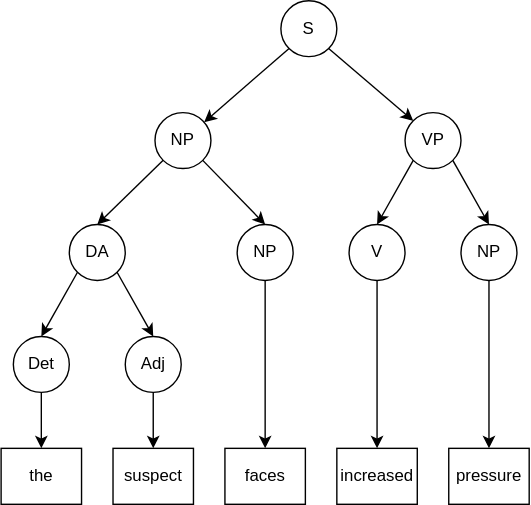
This is a01/graph/2-CKY-tree-2.svg from ttperr/DD2417-NLP-KTH, a draw.io export, as it was before one commit. Source tidied: cells renumbered, new cells last; positions are measured from the earlier drawing's top-left corner, leaving out a move shared by most shapes.
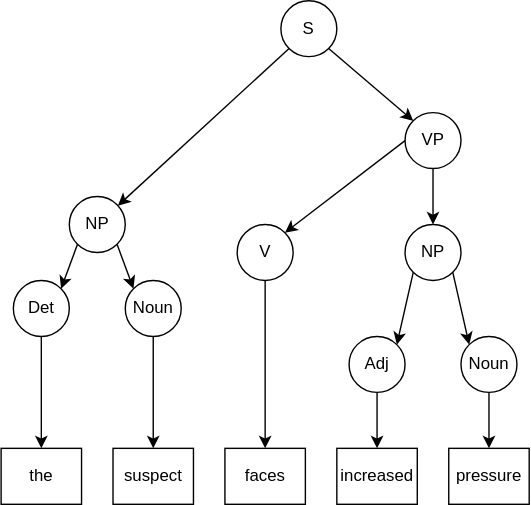
After the change.

Change to the diagram source:
```diff
@@ -11,21 +11,21 @@
     <mxCell id="4" value="S" style="ellipse;whiteSpace=wrap;html=1;" parent="1" vertex="1">
       <mxGeometry x="200" width="40" height="40" as="geometry" />
     </mxCell>
-    <mxCell id="5" style="edgeStyle=none;html=1;exitX=0;exitY=1;exitDx=0;exitDy=0;entryX=0.5;entryY=0;entryDx=0;entryDy=0;" parent="1" edge="1" source="7" target="18">
-      <mxGeometry relative="1" as="geometry" />
-    </mxCell>
-    <mxCell id="6" style="edgeStyle=none;html=1;exitX=1;exitY=1;exitDx=0;exitDy=0;entryX=0.5;entryY=0;entryDx=0;entryDy=0;" parent="1" edge="1" source="7" target="28">
-      <mxGeometry relative="1" as="geometry" />
-    </mxCell>
+    <mxCell id="29" style="edgeStyle=none;html=1;exitX=1;exitY=1;exitDx=0;exitDy=0;entryX=0;entryY=0;entryDx=0;entryDy=0;" parent="1" edge="1" source="7" target="24">
+      <mxGeometry relative="1" as="geometry" />
+    </mxCell>
+    <mxCell id="30" style="edgeStyle=none;html=1;exitX=0;exitY=1;exitDx=0;exitDy=0;entryX=1;entryY=0;entryDx=0;entryDy=0;" parent="1" edge="1" source="7" target="26">
+      <mxGeometry relative="1" as="geometry" />
+    </mxCell>
     <mxCell id="7" value="NP" style="ellipse;whiteSpace=wrap;html=1;" parent="1" vertex="1">
-      <mxGeometry x="110" y="80" width="40" height="40" as="geometry" />
+      <mxGeometry x="48.8" y="140" width="40" height="40" as="geometry" />
     </mxCell>
+    <mxCell id="9" style="edgeStyle=none;html=1;exitX=0.5;exitY=1;exitDx=0;exitDy=0;" parent="1" edge="1" source="10" target="20">
+      <mxGeometry relative="1" as="geometry" />
+    </mxCell>
-    <mxCell id="8" style="edgeStyle=none;html=1;exitX=0;exitY=1;exitDx=0;exitDy=0;entryX=0.5;entryY=0;entryDx=0;entryDy=0;" parent="1" edge="1" source="10" target="22">
+    <mxCell id="8" style="edgeStyle=none;html=1;exitX=0;exitY=0.5;exitDx=0;exitDy=0;entryX=1;entryY=0;entryDx=0;entryDy=0;" parent="1" edge="1" source="10" target="22">
       <mxGeometry relative="1" as="geometry" />
     </mxCell>
-    <mxCell id="9" style="edgeStyle=none;html=1;exitX=1;exitY=1;exitDx=0;exitDy=0;entryX=0.5;entryY=0;entryDx=0;entryDy=0;" parent="1" edge="1" source="10" target="20">
-      <mxGeometry relative="1" as="geometry" />
-    </mxCell>
     <mxCell id="10" value="VP" style="ellipse;whiteSpace=wrap;html=1;" parent="1" vertex="1">
       <mxGeometry x="288.8" y="80" width="40" height="40" as="geometry" />
     </mxCell>
@@ -44,44 +44,44 @@
     <mxCell id="15" value="suspect" style="rounded=0;whiteSpace=wrap;html=1;" parent="1" vertex="1">
       <mxGeometry x="80" y="320" width="57.5" height="40" as="geometry" />
     </mxCell>
-    <mxCell id="16" style="edgeStyle=none;html=1;exitX=0;exitY=1;exitDx=0;exitDy=0;entryX=0.5;entryY=0;entryDx=0;entryDy=0;" parent="1" edge="1" source="18" target="26">
-      <mxGeometry relative="1" as="geometry" />
-    </mxCell>
-    <mxCell id="17" style="edgeStyle=none;html=1;exitX=1;exitY=1;exitDx=0;exitDy=0;entryX=0.5;entryY=0;entryDx=0;entryDy=0;" parent="1" edge="1" source="18" target="24">
-      <mxGeometry relative="1" as="geometry" />
-    </mxCell>
-    <mxCell id="18" value="DA" style="ellipse;whiteSpace=wrap;html=1;" parent="1" vertex="1">
-      <mxGeometry x="48.8" y="160" width="40" height="40" as="geometry" />
-    </mxCell>
-    <mxCell id="19" style="edgeStyle=none;html=1;exitX=0.5;exitY=1;exitDx=0;exitDy=0;" parent="1" edge="1" source="20" target="11">
-      <mxGeometry relative="1" as="geometry" />
-    </mxCell>
+    <mxCell id="31" style="edgeStyle=none;html=1;exitX=0;exitY=1;exitDx=0;exitDy=0;entryX=1;entryY=0;entryDx=0;entryDy=0;" parent="1" edge="1" source="20" target="37">
+      <mxGeometry relative="1" as="geometry" />
+    </mxCell>
+    <mxCell id="32" style="edgeStyle=none;html=1;exitX=1;exitY=1;exitDx=0;exitDy=0;entryX=0;entryY=0;entryDx=0;entryDy=0;" parent="1" edge="1" source="20" target="35">
+      <mxGeometry relative="1" as="geometry" />
+    </mxCell>
     <mxCell id="20" value="NP" style="ellipse;whiteSpace=wrap;html=1;" parent="1" vertex="1">
-      <mxGeometry x="328.8" y="160" width="40" height="40" as="geometry" />
+      <mxGeometry x="288.8" y="160" width="40" height="40" as="geometry" />
     </mxCell>
-    <mxCell id="21" style="edgeStyle=none;html=1;exitX=0.5;exitY=1;exitDx=0;exitDy=0;" parent="1" edge="1" source="22" target="12">
-      <mxGeometry relative="1" as="geometry" />
-    </mxCell>
+    <mxCell id="33" style="edgeStyle=none;html=1;exitX=0.5;exitY=1;exitDx=0;exitDy=0;entryX=0.5;entryY=0;entryDx=0;entryDy=0;" parent="1" edge="1" source="22" target="13">
+      <mxGeometry relative="1" as="geometry" />
+    </mxCell>
     <mxCell id="22" value="V" style="ellipse;whiteSpace=wrap;html=1;" parent="1" vertex="1">
-      <mxGeometry x="248.8" y="160" width="40" height="40" as="geometry" />
+      <mxGeometry x="168.8" y="160" width="40" height="40" as="geometry" />
     </mxCell>
     <mxCell id="23" style="edgeStyle=none;html=1;exitX=0.5;exitY=1;exitDx=0;exitDy=0;entryX=0.5;entryY=0;entryDx=0;entryDy=0;" parent="1" edge="1" source="24" target="15">
       <mxGeometry relative="1" as="geometry" />
     </mxCell>
-    <mxCell id="24" value="Adj" style="ellipse;whiteSpace=wrap;html=1;" parent="1" vertex="1">
-      <mxGeometry x="88.8" y="240" width="40" height="40" as="geometry" />
+    <mxCell id="24" value="Noun" style="ellipse;whiteSpace=wrap;html=1;" parent="1" vertex="1">
+      <mxGeometry x="88.8" y="200" width="40" height="40" as="geometry" />
     </mxCell>
     <mxCell id="25" style="edgeStyle=none;html=1;exitX=0.5;exitY=1;exitDx=0;exitDy=0;entryX=0.5;entryY=0;entryDx=0;entryDy=0;" parent="1" edge="1" source="26" target="14">
       <mxGeometry relative="1" as="geometry" />
     </mxCell>
     <mxCell id="26" value="Det" style="ellipse;whiteSpace=wrap;html=1;" parent="1" vertex="1">
-      <mxGeometry x="8.8" y="240" width="40" height="40" as="geometry" />
+      <mxGeometry x="8.8" y="200" width="40" height="40" as="geometry" />
     </mxCell>
-    <mxCell id="27" style="edgeStyle=none;html=1;exitX=0.5;exitY=1;exitDx=0;exitDy=0;entryX=0.5;entryY=0;entryDx=0;entryDy=0;" parent="1" edge="1" source="28" target="13">
-      <mxGeometry relative="1" as="geometry" />
-    </mxCell>
-    <mxCell id="28" value="NP" style="ellipse;whiteSpace=wrap;html=1;" parent="1" vertex="1">
-      <mxGeometry x="168.8" y="160" width="40" height="40" as="geometry" />
-    </mxCell>
+    <mxCell id="34" style="edgeStyle=none;html=1;exitX=0.5;exitY=1;exitDx=0;exitDy=0;entryX=0.5;entryY=0;entryDx=0;entryDy=0;" parent="1" edge="1" source="35" target="11">
+      <mxGeometry relative="1" as="geometry" />
+    </mxCell>
+    <mxCell id="35" value="Noun" style="ellipse;whiteSpace=wrap;html=1;" parent="1" vertex="1">
+      <mxGeometry x="328.8" y="240" width="40" height="40" as="geometry" />
+    </mxCell>
+    <mxCell id="36" style="edgeStyle=none;html=1;" parent="1" edge="1" source="37" target="12">
+      <mxGeometry relative="1" as="geometry" />
+    </mxCell>
+    <mxCell id="37" value="Adj" style="ellipse;whiteSpace=wrap;html=1;" parent="1" vertex="1">
+      <mxGeometry x="248.8" y="240" width="40" height="40" as="geometry" />
+    </mxCell>
   </root>
 </mxGraphModel>
```
